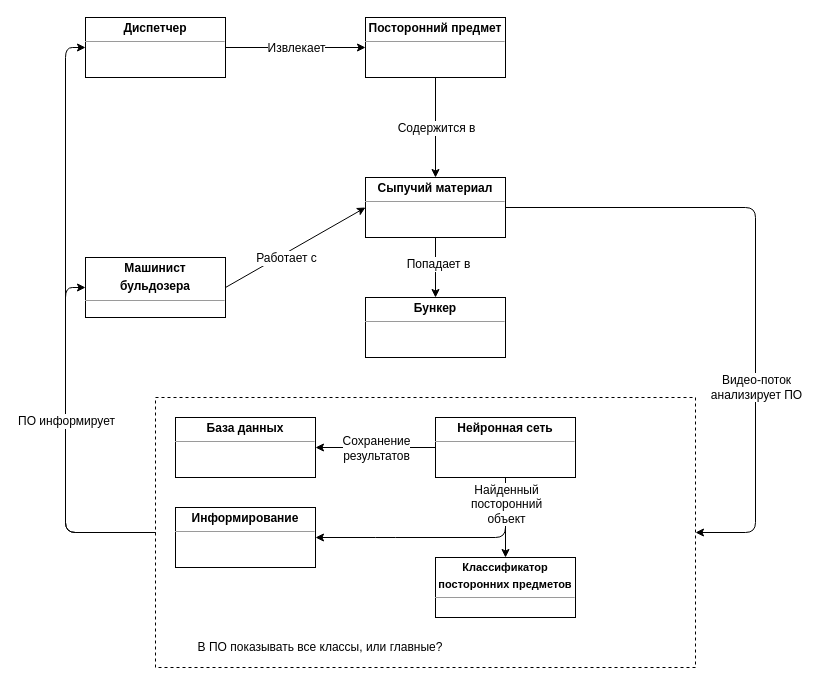
Before: DOC/DiagramClassContext.drawio in toshabelof/dissertation, a draw.io diagram. Source tidied: cells renumbered, new cells numbered last; positions are measured from the earlier drawing's top-left corner, leaving out a move shared by most shapes. Both pictures are drawn from the tidied source at 100%, with x=0, y=0 at pixel (65, 17).
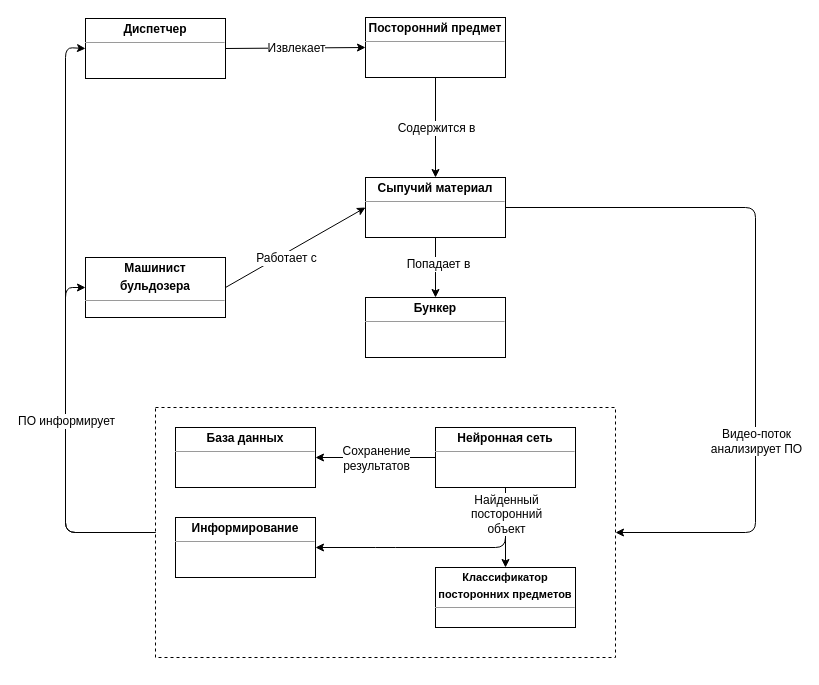
The same diagram, later.

Change to the diagram source:
```diff
@@
     <mxCell id="2" value="&lt;p style=&quot;margin: 0px ; margin-top: 4px ; text-align: center&quot;&gt;&lt;b&gt;Диспетчер&lt;/b&gt;&lt;/p&gt;&lt;hr size=&quot;1&quot;&gt;&lt;div style=&quot;height: 2px&quot;&gt;&lt;/div&gt;" style="verticalAlign=top;align=left;overflow=fill;fontSize=12;fontFamily=Helvetica;html=1;" parent="1" vertex="1">
-      <mxGeometry x="20" width="140" height="60" as="geometry" />
+      <mxGeometry x="20" y="1" width="140" height="60" as="geometry" />
     </mxCell>
@@
     <mxCell id="15" style="rounded=0;whiteSpace=wrap;html=1;dashed=1;" parent="1" vertex="1">
-      <mxGeometry x="90" y="380" width="540" height="270" as="geometry" />
+      <mxGeometry x="90" y="390" width="460" height="250" as="geometry" />
     </mxCell>
     <mxCell id="16" value="&lt;p style=&quot;margin: 0px ; margin-top: 4px ; text-align: center&quot;&gt;&lt;b&gt;База данных&lt;/b&gt;&lt;/p&gt;&lt;hr size=&quot;1&quot;&gt;&lt;div style=&quot;height: 2px&quot;&gt;&lt;/div&gt;" style="verticalAlign=top;align=left;overflow=fill;fontSize=12;fontFamily=Helvetica;html=1;" parent="1" vertex="1">
-      <mxGeometry x="110" y="400" width="140" height="60" as="geometry" />
+      <mxGeometry x="110" y="410" width="140" height="60" as="geometry" />
     </mxCell>
     <mxCell id="17" value="&lt;p style=&quot;margin: 0px ; margin-top: 4px ; text-align: center&quot;&gt;&lt;b&gt;Нейронная сеть&lt;/b&gt;&lt;/p&gt;&lt;hr size=&quot;1&quot;&gt;&lt;div style=&quot;height: 2px&quot;&gt;&lt;/div&gt;" style="verticalAlign=top;align=left;overflow=fill;fontSize=12;fontFamily=Helvetica;html=1;" parent="1" vertex="1">
-      <mxGeometry x="370" y="400" width="140" height="60" as="geometry" />
+      <mxGeometry x="370" y="410" width="140" height="60" as="geometry" />
     </mxCell>
     <mxCell id="18" value="&lt;p style=&quot;margin: 4px 0px 0px ; text-align: center ; font-size: 11px&quot;&gt;&lt;b&gt;&lt;font style=&quot;font-size: 11px&quot;&gt;Классификатор&lt;/font&gt;&lt;/b&gt;&lt;/p&gt;&lt;p style=&quot;margin: 4px 0px 0px ; text-align: center ; font-size: 11px&quot;&gt;&lt;b&gt;&lt;font style=&quot;font-size: 11px&quot;&gt;посторонних&amp;nbsp;&lt;/font&gt;&lt;/b&gt;&lt;b&gt;предметов&lt;/b&gt;&lt;/p&gt;&lt;hr size=&quot;1&quot; style=&quot;font-size: 11px&quot;&gt;&lt;div style=&quot;height: 2px ; font-size: 11px&quot;&gt;&lt;/div&gt;" style="verticalAlign=top;align=left;overflow=fill;fontSize=12;fontFamily=Helvetica;html=1;" parent="1" vertex="1">
-      <mxGeometry x="370" y="540" width="140" height="60" as="geometry" />
+      <mxGeometry x="370" y="550" width="140" height="60" as="geometry" />
     </mxCell>
     <mxCell id="19" value="&lt;p style=&quot;margin: 0px ; margin-top: 4px ; text-align: center&quot;&gt;&lt;b&gt;Информирование&lt;/b&gt;&lt;/p&gt;&lt;hr size=&quot;1&quot;&gt;&lt;div style=&quot;height: 2px&quot;&gt;&lt;/div&gt;" style="verticalAlign=top;align=left;overflow=fill;fontSize=12;fontFamily=Helvetica;html=1;" parent="1" vertex="1">
-      <mxGeometry x="110" y="490" width="140" height="60" as="geometry" />
+      <mxGeometry x="110" y="500" width="140" height="60" as="geometry" />
     </mxCell>
-    <mxCell id="20" value="В ПО показывать все классы, или главные?" style="text;html=1;strokeColor=none;fillColor=none;align=center;verticalAlign=middle;whiteSpace=wrap;rounded=0;" parent="1" vertex="1">
-      <mxGeometry x="100" y="620" width="310" height="20" as="geometry" />
-    </mxCell>
@@
     <mxCell id="23" style="endArrow=classic;html=1;entryX=1;entryY=0.5;entryDx=0;entryDy=0;exitX=0.5;exitY=1;exitDx=0;exitDy=0;" parent="1" edge="1" source="17" target="19">
       <mxGeometry relative="1" as="geometry">
         <Array as="points">
-          <mxPoint x="440" y="520" />
-          <mxPoint x="320" y="520" />
+          <mxPoint x="440" y="530" />
+          <mxPoint x="320" y="530" />
         </Array>
       </mxGeometry>
     </mxCell>
```
